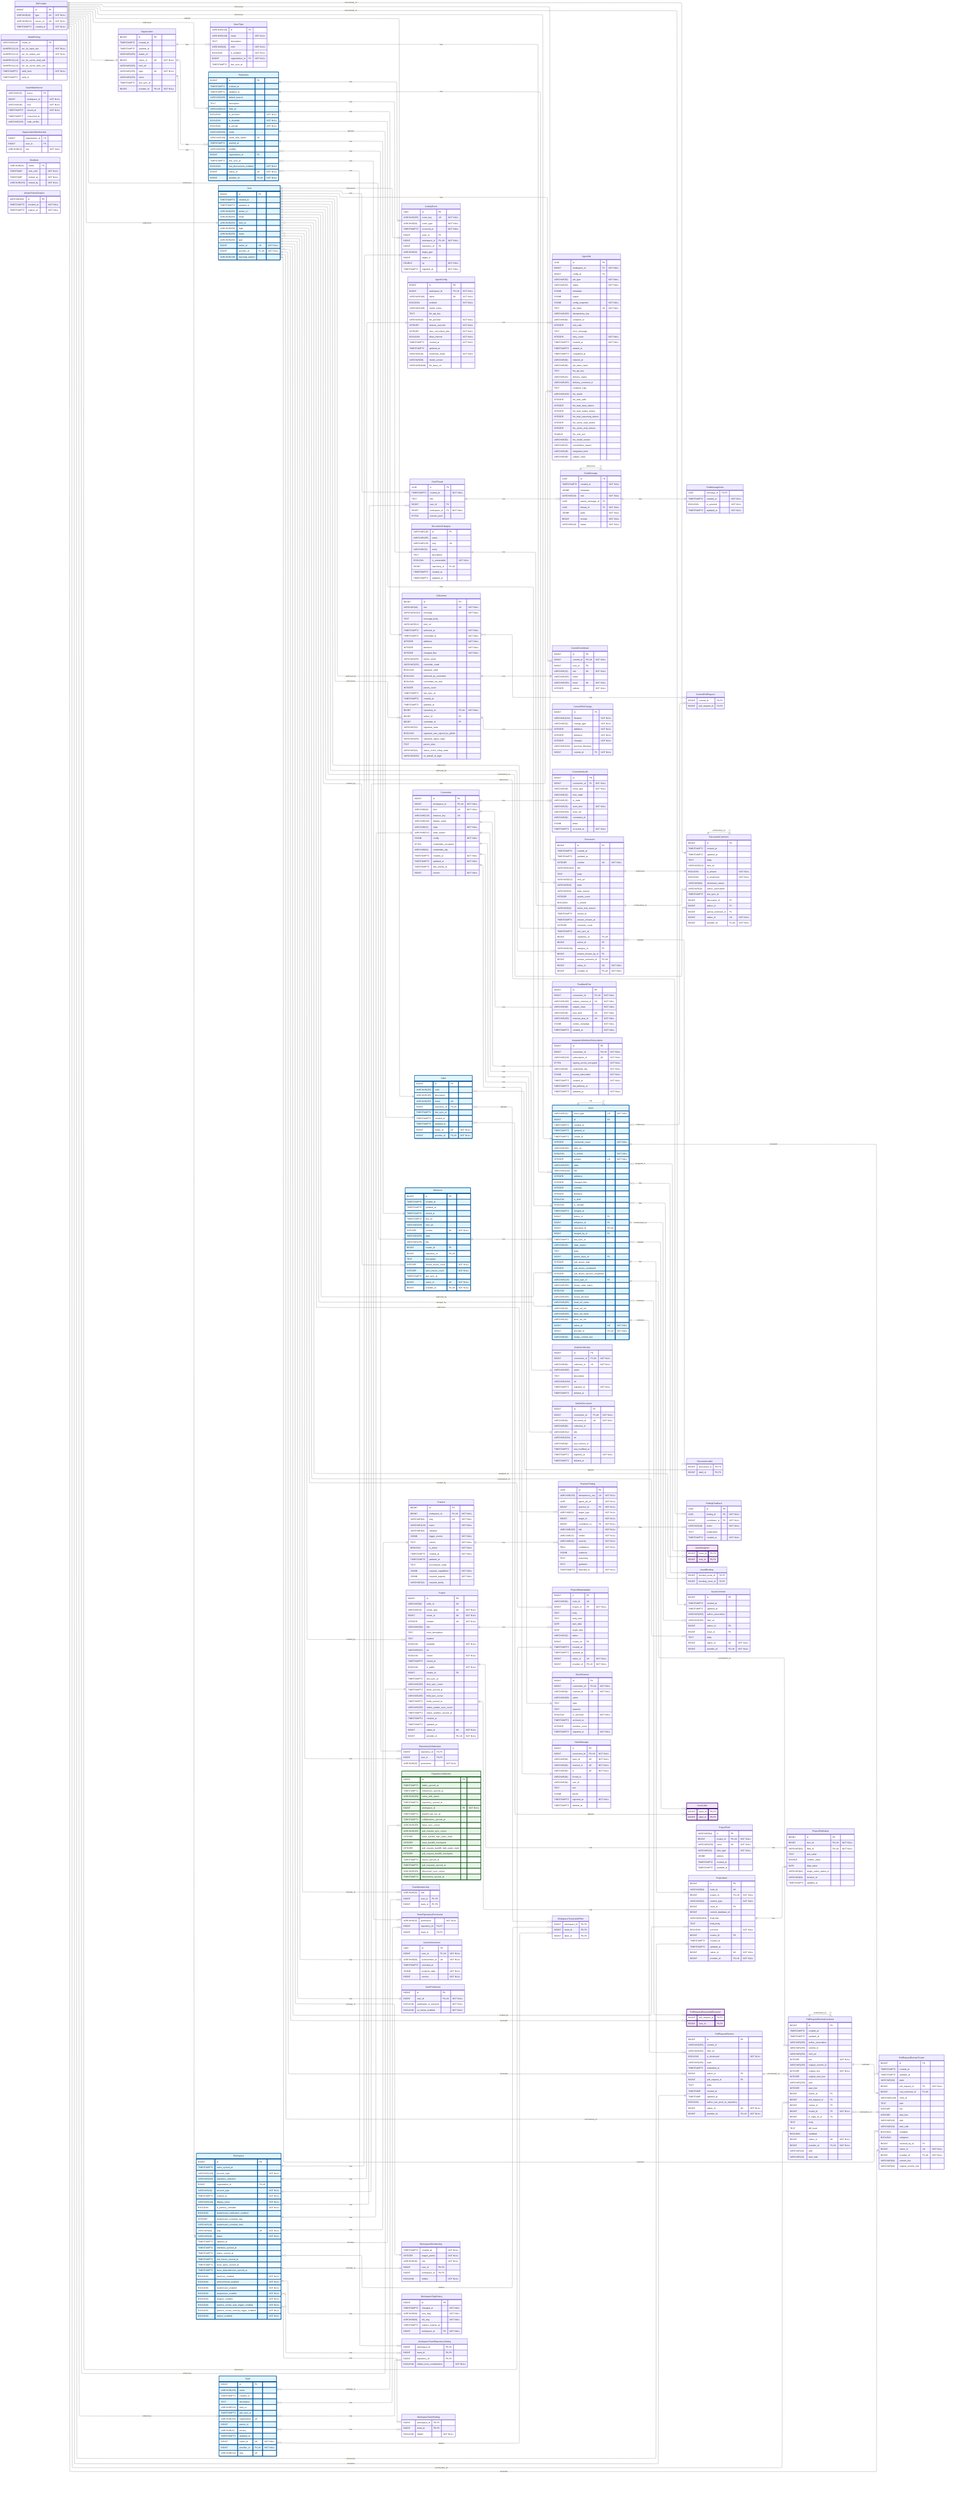
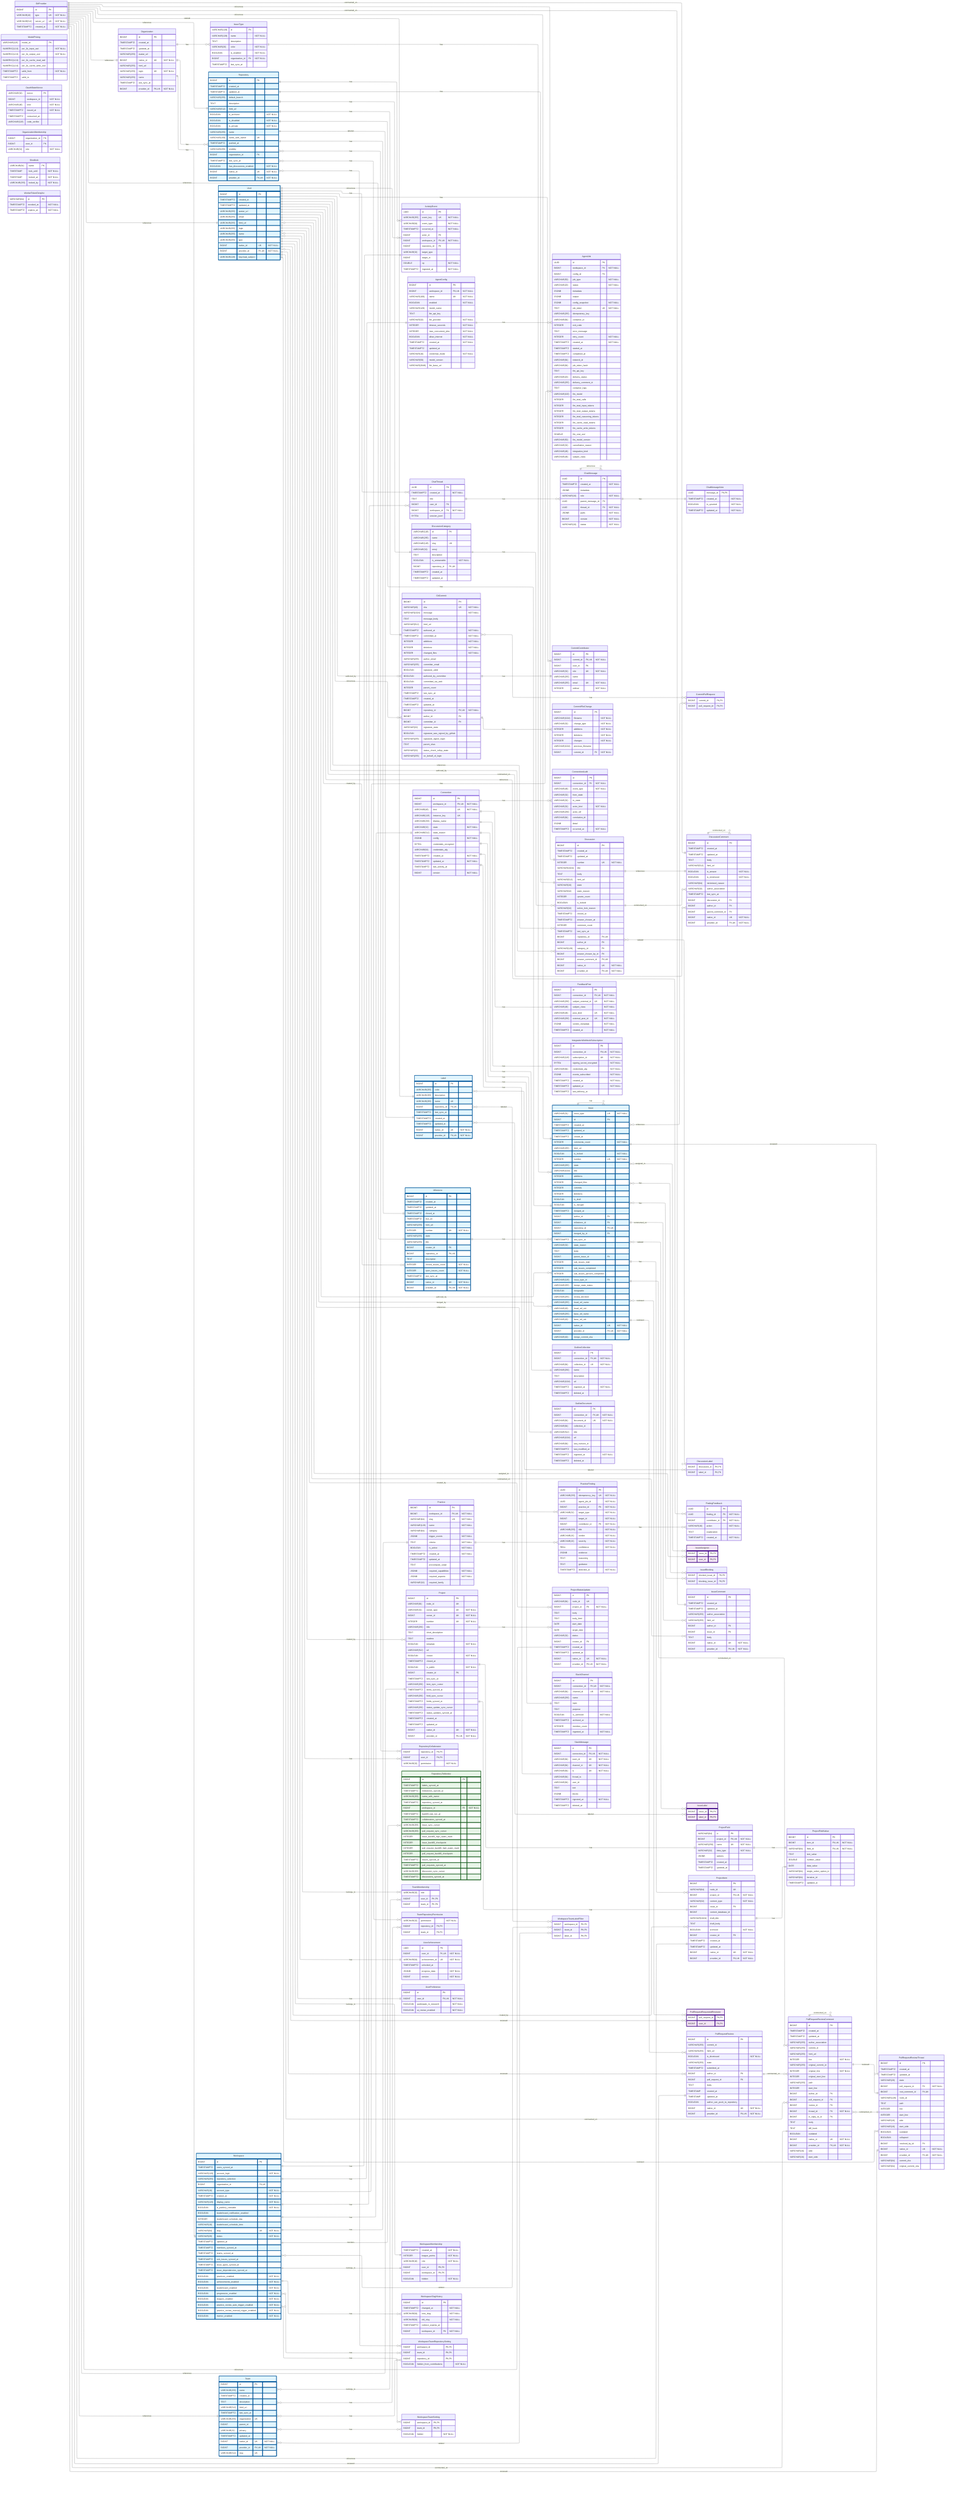
---
config:
    layout: elk
---
erDiagram
    %% Generated automatically from PostgreSQL database schema
    %% using scripts/generate-mermaid-erd.ts
    %% To regenerate: pnpm run db:generate-erd-docs

    direction LR

    ActivityEvent {
        UUID id PK
        VARCHAR(255) event_key UK "NOT NULL"
        VARCHAR(64) event_type "NOT NULL"
        TIMESTAMPTZ occurred_at "NOT NULL"
        BIGINT actor_id FK
        BIGINT workspace_id FK,UK "NOT NULL"
        BIGINT repository_id FK
        VARCHAR(32) target_type
        BIGINT target_id
        DOUBLE xp "NOT NULL"
        TIMESTAMPTZ ingested_at "NOT NULL"
    }

    AgentConfig {
        BIGINT id PK
        BIGINT workspace_id FK,UK "NOT NULL"
        VARCHAR(100) name UK "NOT NULL"
        BOOLEAN enabled "NOT NULL"
        VARCHAR(128) model_name
        TEXT llm_api_key
        VARCHAR(32) llm_provider "NOT NULL"
        INTEGER timeout_seconds "NOT NULL"
        INTEGER max_concurrent_jobs "NOT NULL"
        BOOLEAN allow_internet "NOT NULL"
        TIMESTAMPTZ created_at "NOT NULL"
        TIMESTAMPTZ updated_at
        VARCHAR(16) credential_mode "NOT NULL"
        VARCHAR(50) model_version
        VARCHAR(2048) llm_base_url
    }

    AgentJob {
        UUID id PK
        BIGINT workspace_id FK "NOT NULL"
        BIGINT config_id FK
        VARCHAR(50) job_type "NOT NULL"
        VARCHAR(20) status "NOT NULL"
        JSONB metadata
        JSONB output
        JSONB config_snapshot "NOT NULL"
        TEXT job_token UK "NOT NULL"
        VARCHAR(255) idempotency_key
        VARCHAR(64) container_id
        INTEGER exit_code
        TEXT error_message
        INTEGER retry_count "NOT NULL"
        TIMESTAMPTZ created_at "NOT NULL"
        TIMESTAMPTZ started_at
        TIMESTAMPTZ completed_at
        VARCHAR(64) network_id
        VARCHAR(64) job_token_hash
        TEXT llm_api_key
        VARCHAR(20) delivery_status
        VARCHAR(255) delivery_comment_id
        TEXT container_logs
        VARCHAR(100) llm_model
        INTEGER llm_total_calls
        INTEGER llm_total_input_tokens
        INTEGER llm_total_output_tokens
        INTEGER llm_total_reasoning_tokens
        INTEGER llm_cache_read_tokens
        INTEGER llm_cache_write_tokens
        DOUBLE llm_cost_usd
        VARCHAR(50) llm_model_version
        VARCHAR(32) cancellation_reason
        VARCHAR(48) integration_kind
        VARCHAR(48) subject_class
    }

    ChatMessage {
        UUID id PK
        TIMESTAMPTZ created_at "NOT NULL"
        JSONB metadata
        VARCHAR(16) role "NOT NULL"
        UUID parent_message_id FK
        UUID thread_id FK "NOT NULL"
        JSONB parts "NOT NULL"
        BIGINT version "NOT NULL"
        VARCHAR(16) status "NOT NULL"
    }

    ChatMessageVote {
        UUID message_id PK,FK
        TIMESTAMPTZ created_at "NOT NULL"
        BOOLEAN is_upvoted "NOT NULL"
        TIMESTAMPTZ updated_at "NOT NULL"
    }

    ChatThread {
        UUID id PK
        TIMESTAMPTZ created_at "NOT NULL"
        TEXT title
        BIGINT user_id FK
        BIGINT workspace_id FK "NOT NULL"
        BYTEA session_jsonl
    }

    CommitContributor {
        BIGINT id PK
        BIGINT commit_id FK,UK "NOT NULL"
        BIGINT user_id FK
        VARCHAR(32) role UK "NOT NULL"
        VARCHAR(255) name
        VARCHAR(255) email UK "NOT NULL"
        INTEGER ordinal "NOT NULL"
    }

    CommitFileChange {
        BIGINT id PK
        VARCHAR(1024) filename "NOT NULL"
        VARCHAR(32) change_type "NOT NULL"
        INTEGER additions "NOT NULL"
        INTEGER deletions "NOT NULL"
        INTEGER changes "NOT NULL"
        VARCHAR(1024) previous_filename
        BIGINT commit_id FK "NOT NULL"
    }

    CommitPullRequest {
        BIGINT commit_id PK,FK
        BIGINT pull_request_id PK,FK
    }

    Connection {
        BIGINT id PK
        BIGINT workspace_id FK,UK "NOT NULL"
        VARCHAR(48) kind UK "NOT NULL"
        VARCHAR(128) instance_key UK
        VARCHAR(256) display_name
        VARCHAR(32) state "NOT NULL"
        VARCHAR(512) state_reason
        JSONB config "NOT NULL"
        BYTEA credentials_encrypted
        VARCHAR(64) credentials_alg
        TIMESTAMPTZ created_at "NOT NULL"
        TIMESTAMPTZ updated_at "NOT NULL"
        TIMESTAMPTZ last_activity_at
        BIGINT version "NOT NULL"
    }

    ConnectionAudit {
        BIGINT id PK
        BIGINT connection_id FK "NOT NULL"
        VARCHAR(48) event_type "NOT NULL"
        VARCHAR(32) from_state
        VARCHAR(32) to_state
        VARCHAR(32) actor_kind "NOT NULL"
        VARCHAR(256) actor_ref
        VARCHAR(64) correlation_id
        JSONB detail
        TIMESTAMPTZ occurred_at "NOT NULL"
    }

    Discussion {
        BIGINT id PK
        TIMESTAMPTZ created_at
        TIMESTAMPTZ updated_at
        INTEGER number UK "NOT NULL"
        VARCHAR(1024) title
        TEXT body
        VARCHAR(512) html_url
        VARCHAR(16) state
        VARCHAR(32) state_reason
        INTEGER upvote_count
        BOOLEAN is_locked
        VARCHAR(32) active_lock_reason
        TIMESTAMPTZ closed_at
        TIMESTAMPTZ answer_chosen_at
        INTEGER comment_count
        TIMESTAMPTZ last_sync_at
        BIGINT repository_id FK,UK
        BIGINT author_id FK
        VARCHAR(128) category_id FK
        BIGINT answer_chosen_by_id FK
        BIGINT answer_comment_id FK,UK
        BIGINT native_id UK "NOT NULL"
        BIGINT provider_id FK,UK "NOT NULL"
    }

    DiscussionCategory {
        VARCHAR(128) id PK
        VARCHAR(255) name
        VARCHAR(128) slug UK
        VARCHAR(32) emoji
        TEXT description
        BOOLEAN is_answerable "NOT NULL"
        BIGINT repository_id FK,UK
        TIMESTAMPTZ created_at
        TIMESTAMPTZ updated_at
    }

    DiscussionComment {
        BIGINT id PK
        TIMESTAMPTZ created_at
        TIMESTAMPTZ updated_at
        TEXT body
        VARCHAR(512) html_url
        BOOLEAN is_answer "NOT NULL"
        BOOLEAN is_minimized "NOT NULL"
        VARCHAR(64) minimized_reason
        VARCHAR(32) author_association
        TIMESTAMPTZ last_sync_at
        BIGINT discussion_id FK
        BIGINT author_id FK
        BIGINT parent_comment_id FK
        BIGINT native_id UK "NOT NULL"
        BIGINT provider_id FK,UK "NOT NULL"
    }

    DiscussionLabel {
        BIGINT discussion_id PK,FK
        BIGINT label_id PK,FK
    }

    FeedbackPost {
        BIGINT id PK
        BIGINT connection_id FK,UK "NOT NULL"
        VARCHAR(256) subject_external_id UK "NOT NULL"
        VARCHAR(48) subject_class "NOT NULL"
        VARCHAR(48) post_kind UK "NOT NULL"
        VARCHAR(256) external_post_id UK "NOT NULL"
        JSONB vendor_metadata "NOT NULL"
        TIMESTAMPTZ created_at "NOT NULL"
    }

    FindingFeedback {
        UUID id PK
        UUID finding_id FK "NOT NULL"
        BIGINT contributor_id FK "NOT NULL"
        VARCHAR(16) action "NOT NULL"
        TEXT explanation
        TIMESTAMPTZ created_at "NOT NULL"
    }

    GitCommit {
        BIGINT id PK
        VARCHAR(40) sha UK "NOT NULL"
        VARCHAR(1024) message "NOT NULL"
        TEXT message_body
        VARCHAR(512) html_url
        TIMESTAMPTZ authored_at "NOT NULL"
        TIMESTAMPTZ committed_at "NOT NULL"
        INTEGER additions "NOT NULL"
        INTEGER deletions "NOT NULL"
        INTEGER changed_files "NOT NULL"
        VARCHAR(255) author_email
        VARCHAR(255) committer_email
        BOOLEAN signature_valid
        BOOLEAN authored_by_committer
        BOOLEAN committed_via_web
        INTEGER parent_count
        TIMESTAMPTZ last_sync_at
        TIMESTAMPTZ created_at
        TIMESTAMPTZ updated_at
        BIGINT repository_id FK,UK "NOT NULL"
        BIGINT author_id FK
        BIGINT committer_id FK
        VARCHAR(32) signature_state
        BOOLEAN signature_was_signed_by_github
        VARCHAR(255) signature_signer_login
        TEXT parent_shas
        VARCHAR(32) status_check_rollup_state
        VARCHAR(255) on_behalf_of_login
    }

    GitProvider {
        BIGINT id PK
        VARCHAR(10) type UK "NOT NULL"
        VARCHAR(512) server_url UK "NOT NULL"
        TIMESTAMPTZ created_at "NOT NULL"
    }

    IntegrationWebhookSubscription {
        BIGINT id PK
        BIGINT connection_id FK,UK "NOT NULL"
        VARCHAR(128) subscription_id UK "NOT NULL"
        BYTEA signing_secret_encrypted "NOT NULL"
        VARCHAR(64) credentials_alg "NOT NULL"
        JSONB events_subscribed "NOT NULL"
        TIMESTAMPTZ created_at "NOT NULL"
+         TIMESTAMPTZ updated_at "NOT NULL"
        TIMESTAMPTZ last_delivery_at
-         TIMESTAMPTZ updated_at "NOT NULL"
    }

    Issue {
        VARCHAR(31) issue_type UK "NOT NULL"
        BIGINT id PK
        TIMESTAMPTZ created_at
        TIMESTAMPTZ updated_at
        TIMESTAMPTZ closed_at
        INTEGER comments_count "NOT NULL"
        VARCHAR(255) html_url
        BOOLEAN is_locked "NOT NULL"
        INTEGER number UK "NOT NULL"
        VARCHAR(255) state
        VARCHAR(1024) title
        INTEGER additions
        INTEGER changed_files
        INTEGER commits
        INTEGER deletions
        BOOLEAN is_draft
        BOOLEAN is_merged
        TIMESTAMPTZ merged_at
        BIGINT author_id FK
        BIGINT milestone_id FK
        BIGINT repository_id FK,UK
        BIGINT merged_by_id FK
        TIMESTAMPTZ last_sync_at
        VARCHAR(32) state_reason
        TEXT body
        BIGINT parent_issue_id FK
        INTEGER sub_issues_total
        INTEGER sub_issues_completed
        INTEGER sub_issues_percent_completed
        VARCHAR(128) issue_type_id FK
        VARCHAR(255) merge_state_status
        BOOLEAN mergeable
        VARCHAR(255) review_decision
        VARCHAR(255) head_ref_name
        VARCHAR(40) head_ref_oid
        VARCHAR(255) base_ref_name
        VARCHAR(40) base_ref_oid
        BIGINT native_id UK "NOT NULL"
        BIGINT provider_id FK,UK "NOT NULL"
        VARCHAR(40) merge_commit_sha
    }

    IssueAssignee {
        BIGINT issue_id PK,FK
        BIGINT user_id PK,FK
    }

    IssueBlocking {
        BIGINT blocked_issue_id PK,FK
        BIGINT blocking_issue_id PK,FK
    }

    IssueComment {
        BIGINT id PK
        TIMESTAMPTZ created_at
        TIMESTAMPTZ updated_at
        VARCHAR(255) author_association
        VARCHAR(255) html_url
        BIGINT author_id FK
        BIGINT issue_id FK
        TEXT body
        BIGINT native_id UK "NOT NULL"
        BIGINT provider_id FK,UK "NOT NULL"
    }

    IssueLabel {
        BIGINT issue_id PK,FK
        BIGINT label_id PK,FK
    }

    IssueType {
        VARCHAR(128) id PK
        VARCHAR(128) name "NOT NULL"
        TEXT description
        VARCHAR(20) color "NOT NULL"
        BOOLEAN is_enabled "NOT NULL"
        BIGINT organization_id FK "NOT NULL"
        TIMESTAMPTZ last_sync_at
    }

    Label {
        BIGINT id PK
        VARCHAR(255) color
        VARCHAR(255) description
        VARCHAR(255) name UK
        BIGINT repository_id FK,UK
        TIMESTAMPTZ last_sync_at
        TIMESTAMPTZ created_at
        TIMESTAMPTZ updated_at
        BIGINT native_id UK "NOT NULL"
        BIGINT provider_id FK,UK "NOT NULL"
    }

    Milestone {
        BIGINT id PK
        TIMESTAMPTZ created_at
        TIMESTAMPTZ updated_at
        TIMESTAMPTZ closed_at
        TIMESTAMPTZ due_on
        VARCHAR(255) html_url
        INTEGER number UK "NOT NULL"
        VARCHAR(255) state
        VARCHAR(255) title
        BIGINT creator_id FK
        BIGINT repository_id FK,UK
        TEXT description
        INTEGER closed_issues_count "NOT NULL"
        INTEGER open_issues_count "NOT NULL"
        TIMESTAMPTZ last_sync_at
        BIGINT native_id UK "NOT NULL"
        BIGINT provider_id FK,UK "NOT NULL"
    }

    ModelPricing {
        VARCHAR(128) model_id PK
        NUMERIC(12,6) per_1k_input_usd "NOT NULL"
        NUMERIC(12,6) per_1k_output_usd "NOT NULL"
        NUMERIC(12,6) per_1k_cache_read_usd
        NUMERIC(12,6) per_1k_cache_write_usd
        TIMESTAMPTZ valid_from "NOT NULL"
        TIMESTAMPTZ valid_to
    }

    OauthStateNonce {
        VARCHAR(32) nonce PK
        BIGINT workspace_id "NOT NULL"
        VARCHAR(48) kind "NOT NULL"
        TIMESTAMPTZ issued_at "NOT NULL"
        TIMESTAMPTZ consumed_at
        VARCHAR(128) code_verifier
    }

    Organization {
        BIGINT id PK
        TIMESTAMPTZ created_at
        TIMESTAMPTZ updated_at
        VARCHAR(255) avatar_url
        BIGINT native_id UK "NOT NULL"
        VARCHAR(255) html_url
        VARCHAR(255) login UK "NOT NULL"
        VARCHAR(255) name
        TIMESTAMPTZ last_sync_at
        BIGINT provider_id FK,UK "NOT NULL"
    }

    OrganizationMembership {
        BIGINT organization_id PK
        BIGINT user_id PK
        VARCHAR(32) role "NOT NULL"
    }

    OutlineCollection {
        BIGINT id PK
        BIGINT connection_id FK,UK "NOT NULL"
        VARCHAR(64) collection_id UK "NOT NULL"
        VARCHAR(256) name
        TEXT description
        VARCHAR(1024) url
        TIMESTAMPTZ ingested_at "NOT NULL"
        TIMESTAMPTZ deleted_at
    }

    OutlineDocument {
        BIGINT id PK
        BIGINT connection_id FK,UK "NOT NULL"
        VARCHAR(64) document_id UK "NOT NULL"
        VARCHAR(64) collection_id
        VARCHAR(512) title
        VARCHAR(1024) url
        VARCHAR(64) last_revision_id
        TIMESTAMPTZ last_modified_at
        TIMESTAMPTZ ingested_at "NOT NULL"
        TIMESTAMPTZ deleted_at
    }

    Practice {
        BIGINT id PK
        BIGINT workspace_id FK,UK "NOT NULL"
        VARCHAR(64) slug UK "NOT NULL"
        VARCHAR(128) name "NOT NULL"
        VARCHAR(64) category
        JSONB trigger_events "NOT NULL"
        TEXT criteria "NOT NULL"
        BOOLEAN is_active "NOT NULL"
        TIMESTAMPTZ created_at "NOT NULL"
        TIMESTAMPTZ updated_at
        TEXT precompute_script
        JSONB required_capabilities "NOT NULL"
        JSONB required_aspects "NOT NULL"
        VARCHAR(32) required_family
    }

    PracticeFinding {
        UUID id PK
        VARCHAR(255) idempotency_key UK "NOT NULL"
        UUID agent_job_id "NOT NULL"
        BIGINT practice_id FK "NOT NULL"
        VARCHAR(32) target_type "NOT NULL"
        BIGINT target_id "NOT NULL"
        BIGINT contributor_id FK "NOT NULL"
        VARCHAR(255) title "NOT NULL"
        VARCHAR(16) verdict "NOT NULL"
        VARCHAR(16) severity "NOT NULL"
        REAL confidence "NOT NULL"
        JSONB evidence
        TEXT reasoning
        TEXT guidance
        TIMESTAMPTZ detected_at "NOT NULL"
    }

    Project {
        BIGINT id PK
        VARCHAR(64) node_id UK
        VARCHAR(32) owner_type UK "NOT NULL"
        BIGINT owner_id UK "NOT NULL"
        INTEGER number UK "NOT NULL"
        VARCHAR(256) title
        TEXT short_description
        TEXT readme
        BOOLEAN template "NOT NULL"
        VARCHAR(512) url
        BOOLEAN closed "NOT NULL"
        TIMESTAMPTZ closed_at
        BOOLEAN is_public "NOT NULL"
        BIGINT creator_id FK
        TIMESTAMPTZ last_sync_at
        VARCHAR(256) item_sync_cursor
        TIMESTAMPTZ items_synced_at
        VARCHAR(256) field_sync_cursor
        TIMESTAMPTZ fields_synced_at
        VARCHAR(256) status_update_sync_cursor
        TIMESTAMPTZ status_updates_synced_at
        TIMESTAMPTZ created_at
        TIMESTAMPTZ updated_at
        BIGINT native_id UK "NOT NULL"
        BIGINT provider_id FK,UK "NOT NULL"
    }

    ProjectField {
        VARCHAR(64) id PK
        BIGINT project_id FK,UK "NOT NULL"
        VARCHAR(256) name UK "NOT NULL"
        VARCHAR(32) data_type "NOT NULL"
        JSONB options
        TIMESTAMPTZ created_at
        TIMESTAMPTZ updated_at
    }

    ProjectFieldValue {
        BIGINT id PK
        BIGINT item_id FK,UK "NOT NULL"
        VARCHAR(64) field_id FK,UK "NOT NULL"
        TEXT text_value
        DOUBLE number_value
        DATE date_value
        VARCHAR(64) single_select_option_id
        VARCHAR(64) iteration_id
        TIMESTAMPTZ updated_at
    }

    ProjectItem {
        BIGINT id PK
        VARCHAR(64) node_id UK
        BIGINT project_id FK,UK "NOT NULL"
        VARCHAR(32) content_type "NOT NULL"
        BIGINT issue_id FK
        BIGINT content_database_id
        VARCHAR(1024) draft_title
        TEXT draft_body
        BOOLEAN archived "NOT NULL"
        BIGINT creator_id FK
        TIMESTAMPTZ created_at
        TIMESTAMPTZ updated_at
        BIGINT native_id UK "NOT NULL"
        BIGINT provider_id FK,UK "NOT NULL"
    }

    ProjectStatusUpdate {
        BIGINT id PK
        VARCHAR(64) node_id UK
        BIGINT project_id FK "NOT NULL"
        TEXT body
        TEXT body_html
        DATE start_date
        DATE target_date
        VARCHAR(32) status
        BIGINT creator_id FK
        TIMESTAMPTZ created_at
        TIMESTAMPTZ updated_at
        BIGINT native_id UK "NOT NULL"
        BIGINT provider_id FK,UK "NOT NULL"
    }

    PullRequestRequestedReviewer {
        BIGINT pull_request_id PK,FK
        BIGINT user_id PK,FK
    }

    PullRequestReview {
        BIGINT id PK
        VARCHAR(255) commit_id
        VARCHAR(255) html_url
        BOOLEAN is_dismissed "NOT NULL"
        VARCHAR(255) state
        TIMESTAMPTZ submitted_at
        BIGINT author_id FK
        BIGINT pull_request_id FK
        TEXT body
        TIMESTAMP created_at
        TIMESTAMP updated_at
        BOOLEAN author_can_push_to_repository
        BIGINT native_id UK "NOT NULL"
        BIGINT provider_id FK,UK "NOT NULL"
    }

    PullRequestReviewComment {
        BIGINT id PK
        TIMESTAMPTZ created_at
        TIMESTAMPTZ updated_at
        VARCHAR(255) author_association
        VARCHAR(255) commit_id
        VARCHAR(255) html_url
        INTEGER line "NOT NULL"
        VARCHAR(255) original_commit_id
        INTEGER original_line "NOT NULL"
        INTEGER original_start_line
        VARCHAR(255) path
        INTEGER start_line
        BIGINT author_id FK
        BIGINT pull_request_id FK
        BIGINT review_id FK
        BIGINT thread_id FK "NOT NULL"
        BIGINT in_reply_to_id FK
        TEXT body
        TEXT diff_hunk
        BOOLEAN outdated
        BIGINT native_id UK "NOT NULL"
        BIGINT provider_id FK,UK "NOT NULL"
        VARCHAR(16) side
        VARCHAR(16) start_side
    }

    PullRequestReviewThread {
        BIGINT id PK
        TIMESTAMPTZ created_at
        TIMESTAMPTZ updated_at
        VARCHAR(20) state
        BIGINT pull_request_id FK "NOT NULL"
        BIGINT root_comment_id FK,UK
        VARCHAR(128) node_id
        TEXT path
        INTEGER line
        INTEGER start_line
        VARCHAR(16) side
        VARCHAR(16) start_side
        BOOLEAN outdated
        BOOLEAN collapsed
        BIGINT resolved_by_id FK
        BIGINT native_id UK "NOT NULL"
        BIGINT provider_id FK,UK "NOT NULL"
        VARCHAR(64) commit_sha
        VARCHAR(64) original_commit_sha
    }

    Repository {
        BIGINT id PK
        TIMESTAMPTZ created_at
        TIMESTAMPTZ updated_at
        VARCHAR(255) default_branch
        TEXT description
        VARCHAR(512) html_url
        BOOLEAN is_archived "NOT NULL"
        BOOLEAN is_disabled "NOT NULL"
        BOOLEAN is_private "NOT NULL"
        VARCHAR(255) name
        VARCHAR(150) name_with_owner UK
        TIMESTAMPTZ pushed_at
        VARCHAR(255) visibility
        BIGINT organization_id FK
        TIMESTAMPTZ last_sync_at
        BOOLEAN has_discussions_enabled "NOT NULL"
        BIGINT native_id UK "NOT NULL"
        BIGINT provider_id FK,UK "NOT NULL"
    }

    RepositoryCollaborator {
        BIGINT repository_id PK,FK
        BIGINT user_id PK,FK
        VARCHAR(32) permission "NOT NULL"
    }

    RepositoryToMonitor {
        BIGINT id PK
        TIMESTAMPTZ labels_synced_at
        TIMESTAMPTZ milestones_synced_at
        VARCHAR(255) name_with_owner
        TIMESTAMPTZ repository_synced_at
        BIGINT workspace_id FK "NOT NULL"
        TIMESTAMPTZ backfill_last_run_at
        TIMESTAMPTZ collaborators_synced_at
        VARCHAR(255) issue_sync_cursor
        VARCHAR(255) pull_request_sync_cursor
        INTEGER issue_backfill_high_water_mark
        INTEGER issue_backfill_checkpoint
        INTEGER pull_request_backfill_high_water_mark
        INTEGER pull_request_backfill_checkpoint
        TIMESTAMPTZ issues_synced_at
        TIMESTAMPTZ pull_requests_synced_at
        VARCHAR(255) discussion_sync_cursor
        TIMESTAMPTZ discussions_synced_at
    }

    Shedlock {
        VARCHAR(64) name PK
        TIMESTAMP lock_until "NOT NULL"
        TIMESTAMP locked_at "NOT NULL"
        VARCHAR(255) locked_by "NOT NULL"
    }

    SlackChannel {
        BIGINT id PK
        BIGINT connection_id FK,UK "NOT NULL"
        VARCHAR(64) channel_id UK "NOT NULL"
        VARCHAR(256) name
        TEXT topic
        TEXT purpose
        BOOLEAN is_archived "NOT NULL"
        TIMESTAMPTZ archived_at
        INTEGER member_count
        TIMESTAMPTZ ingested_at "NOT NULL"
    }

    SlackMessage {
        BIGINT id PK
        BIGINT connection_id FK,UK "NOT NULL"
        VARCHAR(64) team_id UK "NOT NULL"
        VARCHAR(64) channel_id UK "NOT NULL"
        VARCHAR(64) ts UK "NOT NULL"
        VARCHAR(64) thread_ts
        VARCHAR(64) user_id
        TEXT text
        JSONB blocks
        TIMESTAMPTZ ingested_at "NOT NULL"
        TIMESTAMPTZ deleted_at
    }

    Team {
        BIGINT id PK
        VARCHAR(255) name
        TIMESTAMPTZ created_at
        TEXT description
        VARCHAR(512) html_url
        TIMESTAMPTZ last_sync_at
        VARCHAR(255) organization UK
        BIGINT parent_id
        VARCHAR(32) privacy
        TIMESTAMPTZ updated_at
        BIGINT native_id UK "NOT NULL"
        BIGINT provider_id FK,UK "NOT NULL"
        VARCHAR(512) slug UK
    }

    TeamMembership {
        VARCHAR(32) role
        BIGINT user_id PK,FK
        BIGINT team_id PK,FK
    }

    TeamRepositoryPermission {
        VARCHAR(32) permission "NOT NULL"
        BIGINT repository_id PK,FK
        BIGINT team_id PK,FK
    }

    User {
        BIGINT id PK
        TIMESTAMPTZ created_at
        TIMESTAMPTZ updated_at
        VARCHAR(255) avatar_url
        VARCHAR(255) email
        VARCHAR(255) html_url
        VARCHAR(255) login
        VARCHAR(255) name
        VARCHAR(255) type
        BIGINT native_id UK "NOT NULL"
        BIGINT provider_id FK,UK "NOT NULL"
        VARCHAR(128) keycloak_subject
    }

    UserAchievement {
        UUID id PK
        BIGINT user_id FK,UK "NOT NULL"
        VARCHAR(64) achievement_id UK "NOT NULL"
        TIMESTAMPTZ unlocked_at
        JSONB progress_data "NOT NULL"
        BIGINT version "NOT NULL"
    }

    UserPreference {
        BIGINT id PK
        BIGINT user_id FK,UK "NOT NULL"
        BOOLEAN participate_in_research "NOT NULL"
        BOOLEAN ai_review_enabled "NOT NULL"
    }

    WorkerTokenDenylist {
        VARCHAR(64) jti PK
        TIMESTAMPTZ revoked_at "NOT NULL"
        TIMESTAMPTZ expires_at "NOT NULL"
    }

    Workspace {
        BIGINT id PK
        TIMESTAMPTZ users_synced_at
        VARCHAR(120) account_login "NOT NULL"
        VARCHAR(255) repository_selection
        BIGINT organization_id FK,UK
        VARCHAR(10) account_type "NOT NULL"
        TIMESTAMPTZ created_at "NOT NULL"
        VARCHAR(120) display_name "NOT NULL"
        BOOLEAN is_publicly_viewable "NOT NULL"
        BOOLEAN leaderboard_notification_enabled
        INTEGER leaderboard_schedule_day
        VARCHAR(10) leaderboard_schedule_time
        VARCHAR(64) slug UK "NOT NULL"
        VARCHAR(20) status "NOT NULL"
        TIMESTAMPTZ updated_at
        TIMESTAMPTZ members_synced_at
        TIMESTAMPTZ teams_synced_at
        TIMESTAMPTZ sub_issues_synced_at
        TIMESTAMPTZ issue_types_synced_at
        TIMESTAMPTZ issue_dependencies_synced_at
        BOOLEAN practices_enabled "NOT NULL"
        BOOLEAN achievements_enabled "NOT NULL"
        BOOLEAN leaderboard_enabled "NOT NULL"
        BOOLEAN progression_enabled "NOT NULL"
        BOOLEAN leagues_enabled "NOT NULL"
        BOOLEAN practice_review_auto_trigger_enabled "NOT NULL"
        BOOLEAN practice_review_manual_trigger_enabled "NOT NULL"
        BOOLEAN mentor_enabled "NOT NULL"
    }

    WorkspaceMembership {
        TIMESTAMPTZ created_at "NOT NULL"
        INTEGER league_points "NOT NULL"
        VARCHAR(16) role "NOT NULL"
        BIGINT user_id PK,FK
        BIGINT workspace_id PK,FK
        BOOLEAN hidden "NOT NULL"
    }

    WorkspaceSlugHistory {
        BIGINT id PK
        TIMESTAMPTZ changed_at "NOT NULL"
        VARCHAR(64) new_slug "NOT NULL"
        VARCHAR(64) old_slug "NOT NULL"
        TIMESTAMPTZ redirect_expires_at
        BIGINT workspace_id FK "NOT NULL"
    }

    WorkspaceTeamLabelFilter {
        BIGINT workspace_id PK,FK
        BIGINT team_id PK,FK
        BIGINT label_id PK,FK
    }

    WorkspaceTeamRepositorySetting {
        BIGINT workspace_id PK,FK
        BIGINT team_id PK,FK
        BIGINT repository_id PK,FK
        BOOLEAN hidden_from_contributions "NOT NULL"
    }

    WorkspaceTeamSetting {
        BIGINT workspace_id PK,FK
        BIGINT team_id PK,FK
        BOOLEAN hidden "NOT NULL"
    }

    %% Relationships
    %% One-to-One relationships
    Workspace ||--|| ActivityEvent : has
    Workspace ||--|| AgentConfig : has
    ChatMessage ||--|| ChatMessageVote : has
    GitCommit ||--|| CommitContributor : has
    Workspace ||--|| Connection : has
    DiscussionComment ||--|| Discussion : references
    GitProvider ||--|| Discussion : references
    Repository ||--|| Discussion : has
    Repository ||--|| DiscussionCategory : has
    GitProvider ||--|| DiscussionComment : commented_on
    Connection ||--|| FeedbackPost : has
    Repository ||--|| GitCommit : has
    Connection ||--|| IntegrationWebhookSubscription : has
    GitProvider ||--|| Issue : references
    Repository ||--|| Issue : has
    GitProvider ||--|| IssueComment : commented_on
    GitProvider ||--|| Label : labeled
    Repository ||--|| Label : labeled
    GitProvider ||--|| Milestone : references
    Repository ||--|| Milestone : has
    GitProvider ||--|| Organization : references
    Connection ||--|| OutlineCollection : has
    Connection ||--|| OutlineDocument : has
    Workspace ||--|| Practice : has
    GitProvider ||--|| Project : references
    Project ||--|| ProjectField : has
    ProjectField ||--|| ProjectFieldValue : has
    ProjectItem ||--|| ProjectFieldValue : has
    Project ||--|| ProjectItem : has
    GitProvider ||--|| ProjectItem : references
    GitProvider ||--|| ProjectStatusUpdate : references
    GitProvider ||--|| PullRequestReview : reviewed
    GitProvider ||--|| PullRequestReviewComment : commented_on
    GitProvider ||--|| PullRequestReviewThread : reviewed
    PullRequestReviewComment ||--|| PullRequestReviewThread : reviewed
    GitProvider ||--|| Repository : references
    Connection ||--|| SlackChannel : has
    Connection ||--|| SlackMessage : has
    GitProvider ||--|| Team : references
    GitProvider ||--|| User : references
    User ||--|| UserAchievement : has
    User ||--|| UserPreference : has
    Organization ||--|| Workspace : has
    User ||--|| WorkspaceMembership : belongs_to
    Workspace ||--|| WorkspaceMembership : belongs_to

    %% One-to-Many relationships
    User ||--o{ ActivityEvent : references
    Repository ||--o{ ActivityEvent : has
    AgentConfig ||--o{ AgentJob : has
    Workspace ||--o{ AgentJob : has
    ChatMessage ||--o{ ChatMessage : references
    ChatThread ||--o{ ChatMessage : has
    User ||--o{ ChatThread : has
    Workspace ||--o{ ChatThread : has
    User ||--o{ CommitContributor : has
    GitCommit ||--o{ CommitFileChange : has
    Connection ||--o{ ConnectionAudit : has
    User ||--o{ Discussion : references
    User ||--o{ Discussion : authored_by
    DiscussionCategory ||--o{ Discussion : has
    User ||--o{ DiscussionComment : commented_on
    Discussion ||--o{ DiscussionComment : commented_on
    DiscussionComment ||--o{ DiscussionComment : commented_on
    User ||--o{ FindingFeedback : references
    PracticeFinding ||--o{ FindingFeedback : has
    User ||--o{ GitCommit : authored_by
    User ||--o{ GitCommit : references
    User ||--o{ Issue : authored_by
    IssueType ||--o{ Issue : has
    User ||--o{ Issue : merged_by
    Milestone ||--o{ Issue : has
    Issue ||--o{ Issue : has
    User ||--o{ IssueComment : commented_on
    Issue ||--o{ IssueComment : commented_on
    Organization ||--o{ IssueType : has
    User ||--o{ Milestone : created_by
    User ||--o{ PracticeFinding : references
    Practice ||--o{ PracticeFinding : has
    User ||--o{ Project : created_by
    User ||--o{ ProjectItem : created_by
    Issue ||--o{ ProjectItem : has
    User ||--o{ ProjectStatusUpdate : created_by
    Project ||--o{ ProjectStatusUpdate : has
    User ||--o{ PullRequestReview : reviewed
    Issue ||--o{ PullRequestReview : reviewed
    User ||--o{ PullRequestReviewComment : commented_on
    PullRequestReviewComment ||--o{ PullRequestReviewComment : commented_on
    Issue ||--o{ PullRequestReviewComment : commented_on
    PullRequestReview ||--o{ PullRequestReviewComment : commented_on
    PullRequestReviewThread ||--o{ PullRequestReviewComment : commented_on
    Issue ||--o{ PullRequestReviewThread : reviewed
    User ||--o{ PullRequestReviewThread : reviewed
    Organization ||--o{ Repository : has
    Workspace ||--o{ RepositoryToMonitor : monitors
    Workspace ||--o{ WorkspaceSlugHistory : has

    %% Many-to-Many relationships
    GitCommit }o--o{ CommitPullRequest : has
    Issue }o--o{ CommitPullRequest : references
    Discussion }o--o{ DiscussionLabel : labeled
    Label }o--o{ DiscussionLabel : labeled
    Issue }o--o{ IssueAssignee : assigned_to
    User }o--o{ IssueAssignee : assigned_to
    Issue }o--o{ IssueBlocking : has
    Issue }o--o{ IssueBlocking : has
    Issue }o--o{ IssueLabel : labeled
    Label }o--o{ IssueLabel : labeled
    Issue }o--o{ PullRequestRequestedReviewer : reviewed
    User }o--o{ PullRequestRequestedReviewer : reviewed
    Repository }o--o{ RepositoryCollaborator : has
    User }o--o{ RepositoryCollaborator : has
    Team }o--o{ TeamMembership : belongs_to
    User }o--o{ TeamMembership : belongs_to
    Repository }o--o{ TeamRepositoryPermission : has
    Team }o--o{ TeamRepositoryPermission : has
    Label }o--o{ WorkspaceTeamLabelFilter : labeled
    Team }o--o{ WorkspaceTeamLabelFilter : labeled
    Workspace }o--o{ WorkspaceTeamLabelFilter : labeled
    Repository }o--o{ WorkspaceTeamRepositorySetting : has
    Team }o--o{ WorkspaceTeamRepositorySetting : has
    Workspace }o--o{ WorkspaceTeamRepositorySetting : has
    Team }o--o{ WorkspaceTeamSetting : has
    Workspace }o--o{ WorkspaceTeamSetting : has

    %% Styling
    classDef primaryEntity fill:#e1f5fe,stroke:#01579b,stroke-width:2px
    classDef associationEntity fill:#f3e5f5,stroke:#4a148c,stroke-width:2px
    classDef metadataEntity fill:#e8f5e8,stroke:#1b5e20,stroke-width:2px

    class Issue primaryEntity
    class IssueAssignee associationEntity
    class IssueLabel associationEntity
    class Label primaryEntity
    class Milestone primaryEntity
    class PullRequestRequestedReviewer associationEntity
    class Repository primaryEntity
    class RepositoryToMonitor metadataEntity
    class Team primaryEntity
    class User primaryEntity
    class Workspace primaryEntity
